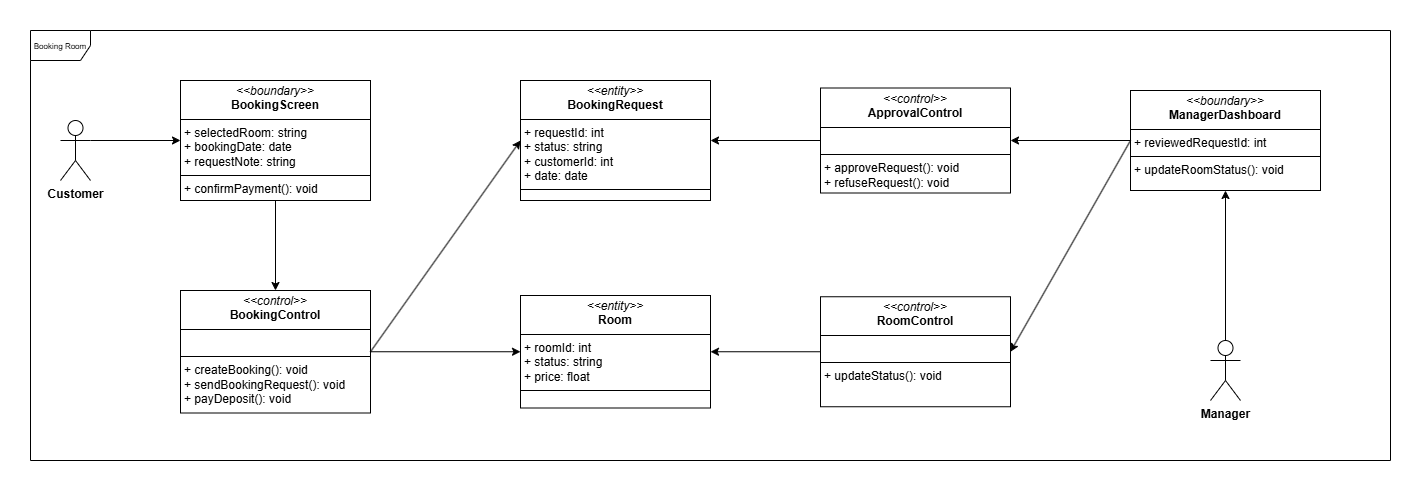
Earlier version of the draw.io export Class-diagram/Boundary–Control–EntityDiagram/BookingRoom.png (HuyEuler/Apartment-management-system). Source tidied: cells renumbered, new cells last; positions are measured from the earlier drawing's top-left corner, leaving out a move shared by most shapes.
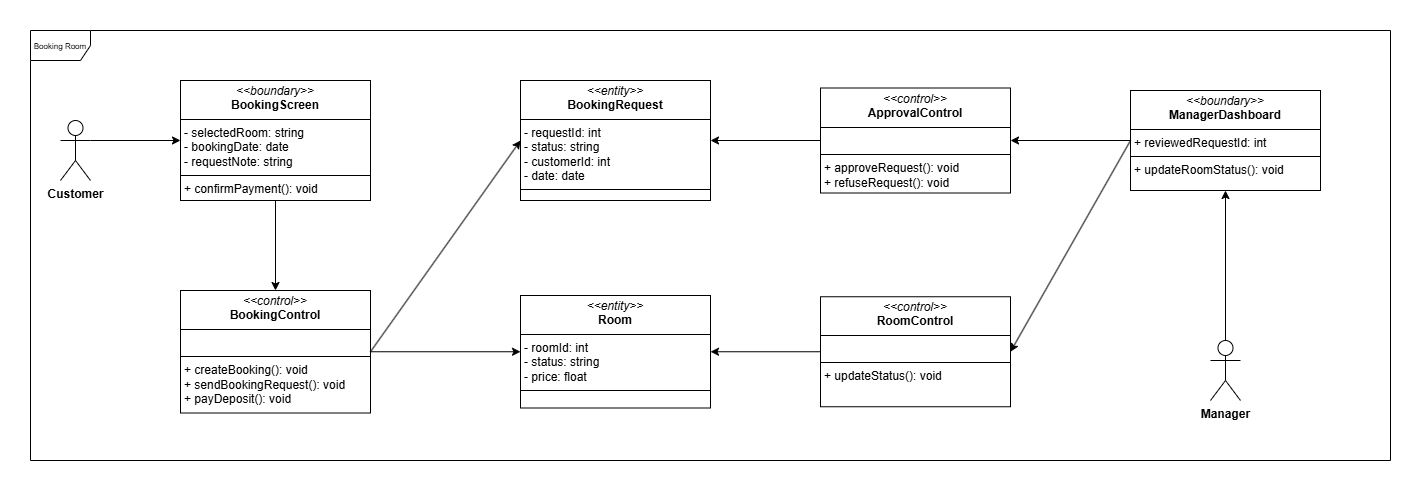
The same file after the commit.

What changed in the source:
```diff
@@ -5,16 +5,16 @@
     <mxCell id="2" value="&lt;font style=&quot;font-size: 8px;&quot;&gt;Booking Room&lt;/font&gt;" style="shape=umlFrame;whiteSpace=wrap;html=1;" parent="1" vertex="1">
       <mxGeometry width="1360" height="430" as="geometry" />
     </mxCell>
-    <mxCell id="3" value="&lt;p style=&quot;margin:0px;margin-top:4px;text-align:center;&quot;&gt;&lt;i&gt;&amp;lt;&amp;lt;boundary&amp;gt;&amp;gt;&lt;/i&gt;&lt;br&gt;&lt;b&gt;BookingScreen&lt;/b&gt;&lt;/p&gt;&lt;hr size=&quot;1&quot; style=&quot;border-style:solid;&quot;&gt;&lt;p style=&quot;margin:0px;margin-left:4px;&quot;&gt;+&amp;nbsp;selectedRoom: string&lt;br&gt;+&amp;nbsp;bookingDate: date&lt;br&gt;+&amp;nbsp;requestNote: string&lt;/p&gt;&lt;hr size=&quot;1&quot; style=&quot;border-style:solid;&quot;&gt;&lt;p style=&quot;margin:0px;margin-left:4px;&quot;&gt;+ confirmPayment(): void&lt;/p&gt;" style="verticalAlign=top;align=left;overflow=fill;html=1;whiteSpace=wrap;" parent="1" vertex="1">
+    <mxCell id="3" value="&lt;p style=&quot;margin:0px;margin-top:4px;text-align:center;&quot;&gt;&lt;i&gt;&amp;lt;&amp;lt;boundary&amp;gt;&amp;gt;&lt;/i&gt;&lt;br&gt;&lt;b&gt;BookingScreen&lt;/b&gt;&lt;/p&gt;&lt;hr size=&quot;1&quot; style=&quot;border-style:solid;&quot;&gt;&lt;p style=&quot;margin:0px;margin-left:4px;&quot;&gt;- selectedRoom: string&lt;br&gt;- bookingDate: date&lt;br&gt;- requestNote: string&lt;/p&gt;&lt;hr size=&quot;1&quot; style=&quot;border-style:solid;&quot;&gt;&lt;p style=&quot;margin:0px;margin-left:4px;&quot;&gt;+ confirmPayment(): void&lt;/p&gt;" style="verticalAlign=top;align=left;overflow=fill;html=1;whiteSpace=wrap;" parent="1" vertex="1">
       <mxGeometry x="150" y="50" width="190" height="120" as="geometry" />
     </mxCell>
     <mxCell id="4" value="&lt;p style=&quot;margin:0px;margin-top:4px;text-align:center;&quot;&gt;&lt;i&gt;&amp;lt;&amp;lt;control&amp;gt;&amp;gt;&lt;/i&gt;&lt;br&gt;&lt;b&gt;BookingControl&lt;/b&gt;&lt;/p&gt;&lt;hr size=&quot;1&quot; style=&quot;border-style:solid;&quot;&gt;&lt;p style=&quot;margin:0px;margin-left:4px;&quot;&gt;&lt;br&gt;&lt;/p&gt;&lt;hr size=&quot;1&quot; style=&quot;border-style:solid;&quot;&gt;&lt;p style=&quot;margin:0px;margin-left:4px;&quot;&gt;+&amp;nbsp;&lt;span style=&quot;background-color: transparent; color: light-dark(rgb(0, 0, 0), rgb(255, 255, 255));&quot;&gt;createBooking(): void&lt;/span&gt;&lt;/p&gt;&lt;p style=&quot;margin:0px;margin-left:4px;&quot;&gt;&lt;span style=&quot;background-color: transparent; color: light-dark(rgb(0, 0, 0), rgb(255, 255, 255));&quot;&gt;+ sendBookingRequest(): void&lt;/span&gt;&lt;/p&gt;&lt;p style=&quot;margin:0px;margin-left:4px;&quot;&gt;&lt;span style=&quot;background-color: transparent; color: light-dark(rgb(0, 0, 0), rgb(255, 255, 255));&quot;&gt;+ payDeposit(): void&lt;/span&gt;&lt;/p&gt;" style="verticalAlign=top;align=left;overflow=fill;html=1;whiteSpace=wrap;" parent="1" vertex="1">
       <mxGeometry x="150" y="260" width="190" height="122.5" as="geometry" />
     </mxCell>
-    <mxCell id="5" value="&lt;p style=&quot;margin:0px;margin-top:4px;text-align:center;&quot;&gt;&lt;i&gt;&amp;lt;&amp;lt;entity&amp;gt;&amp;gt;&lt;/i&gt;&lt;br&gt;&lt;b&gt;Room&lt;/b&gt;&lt;/p&gt;&lt;hr size=&quot;1&quot; style=&quot;border-style:solid;&quot;&gt;&lt;p style=&quot;margin:0px;margin-left:4px;&quot;&gt;+&amp;nbsp;&lt;span style=&quot;background-color: transparent; color: light-dark(rgb(0, 0, 0), rgb(255, 255, 255));&quot;&gt;roomId: int&lt;/span&gt;&lt;/p&gt;&lt;p style=&quot;margin:0px;margin-left:4px;&quot;&gt;&lt;span style=&quot;background-color: transparent; color: light-dark(rgb(0, 0, 0), rgb(255, 255, 255));&quot;&gt;+ status: string&lt;/span&gt;&lt;/p&gt;&lt;p style=&quot;margin:0px;margin-left:4px;&quot;&gt;&lt;span style=&quot;background-color: transparent; color: light-dark(rgb(0, 0, 0), rgb(255, 255, 255));&quot;&gt;+ price: float&lt;/span&gt;&lt;/p&gt;&lt;hr size=&quot;1&quot; style=&quot;border-style:solid;&quot;&gt;&lt;p style=&quot;margin:0px;margin-left:4px;&quot;&gt;&lt;br&gt;&lt;/p&gt;" style="verticalAlign=top;align=left;overflow=fill;html=1;whiteSpace=wrap;" parent="1" vertex="1">
+    <mxCell id="5" value="&lt;p style=&quot;margin:0px;margin-top:4px;text-align:center;&quot;&gt;&lt;i&gt;&amp;lt;&amp;lt;entity&amp;gt;&amp;gt;&lt;/i&gt;&lt;br&gt;&lt;b&gt;Room&lt;/b&gt;&lt;/p&gt;&lt;hr size=&quot;1&quot; style=&quot;border-style:solid;&quot;&gt;&lt;p style=&quot;margin:0px;margin-left:4px;&quot;&gt;-&amp;nbsp;&lt;span style=&quot;background-color: transparent; color: light-dark(rgb(0, 0, 0), rgb(255, 255, 255));&quot;&gt;roomId: int&lt;/span&gt;&lt;/p&gt;&lt;p style=&quot;margin:0px;margin-left:4px;&quot;&gt;&lt;span style=&quot;background-color: transparent; color: light-dark(rgb(0, 0, 0), rgb(255, 255, 255));&quot;&gt;- status: string&lt;/span&gt;&lt;/p&gt;&lt;p style=&quot;margin:0px;margin-left:4px;&quot;&gt;&lt;span style=&quot;background-color: transparent; color: light-dark(rgb(0, 0, 0), rgb(255, 255, 255));&quot;&gt;- price: float&lt;/span&gt;&lt;/p&gt;&lt;hr size=&quot;1&quot; style=&quot;border-style:solid;&quot;&gt;&lt;p style=&quot;margin:0px;margin-left:4px;&quot;&gt;&lt;br&gt;&lt;/p&gt;" style="verticalAlign=top;align=left;overflow=fill;html=1;whiteSpace=wrap;" parent="1" vertex="1">
       <mxGeometry x="490" y="265" width="190" height="112.5" as="geometry" />
     </mxCell>
-    <mxCell id="6" value="&lt;p style=&quot;margin:0px;margin-top:4px;text-align:center;&quot;&gt;&lt;i&gt;&amp;lt;&amp;lt;entity&amp;gt;&amp;gt;&lt;/i&gt;&lt;br&gt;&lt;b&gt;BookingRequest&lt;/b&gt;&lt;/p&gt;&lt;hr size=&quot;1&quot; style=&quot;border-style:solid;&quot;&gt;&lt;p style=&quot;margin: 0px 0px 0px 4px;&quot;&gt;&lt;span style=&quot;background-color: transparent; color: light-dark(rgb(0, 0, 0), rgb(255, 255, 255));&quot;&gt;+&amp;nbsp;&lt;/span&gt;&lt;span style=&quot;background-color: transparent; color: light-dark(rgb(0, 0, 0), rgb(255, 255, 255));&quot;&gt;requestId: int&lt;/span&gt;&lt;span style=&quot;background-color: transparent; color: light-dark(rgb(0, 0, 0), rgb(255, 255, 255));&quot;&gt;&lt;br&gt;&lt;/span&gt;&lt;/p&gt;&lt;p style=&quot;margin: 0px 0px 0px 4px;&quot;&gt;&lt;span style=&quot;background-color: transparent; color: light-dark(rgb(0, 0, 0), rgb(255, 255, 255));&quot;&gt;+ status: string&lt;/span&gt;&lt;/p&gt;&lt;p style=&quot;margin: 0px 0px 0px 4px;&quot;&gt;&lt;span style=&quot;background-color: transparent; color: light-dark(rgb(0, 0, 0), rgb(255, 255, 255));&quot;&gt;+ customerId: int&lt;/span&gt;&lt;/p&gt;&lt;p style=&quot;margin: 0px 0px 0px 4px;&quot;&gt;&lt;span style=&quot;background-color: transparent; color: light-dark(rgb(0, 0, 0), rgb(255, 255, 255));&quot;&gt;+ date: date&lt;/span&gt;&lt;/p&gt;&lt;hr size=&quot;1&quot; style=&quot;border-style:solid;&quot;&gt;&lt;p style=&quot;margin:0px;margin-left:4px;&quot;&gt;&lt;br&gt;&lt;/p&gt;" style="verticalAlign=top;align=left;overflow=fill;html=1;whiteSpace=wrap;" parent="1" vertex="1">
+    <mxCell id="6" value="&lt;p style=&quot;margin:0px;margin-top:4px;text-align:center;&quot;&gt;&lt;i&gt;&amp;lt;&amp;lt;entity&amp;gt;&amp;gt;&lt;/i&gt;&lt;br&gt;&lt;b&gt;BookingRequest&lt;/b&gt;&lt;/p&gt;&lt;hr size=&quot;1&quot; style=&quot;border-style:solid;&quot;&gt;&lt;p style=&quot;margin: 0px 0px 0px 4px;&quot;&gt;&lt;span style=&quot;background-color: transparent; color: light-dark(rgb(0, 0, 0), rgb(255, 255, 255));&quot;&gt;-&amp;nbsp;&lt;/span&gt;&lt;span style=&quot;background-color: transparent; color: light-dark(rgb(0, 0, 0), rgb(255, 255, 255));&quot;&gt;requestId: int&lt;/span&gt;&lt;span style=&quot;background-color: transparent; color: light-dark(rgb(0, 0, 0), rgb(255, 255, 255));&quot;&gt;&lt;br&gt;&lt;/span&gt;&lt;/p&gt;&lt;p style=&quot;margin: 0px 0px 0px 4px;&quot;&gt;&lt;span style=&quot;background-color: transparent; color: light-dark(rgb(0, 0, 0), rgb(255, 255, 255));&quot;&gt;- status: string&lt;/span&gt;&lt;/p&gt;&lt;p style=&quot;margin: 0px 0px 0px 4px;&quot;&gt;&lt;span style=&quot;background-color: transparent; color: light-dark(rgb(0, 0, 0), rgb(255, 255, 255));&quot;&gt;- customerId: int&lt;/span&gt;&lt;/p&gt;&lt;p style=&quot;margin: 0px 0px 0px 4px;&quot;&gt;&lt;span style=&quot;background-color: transparent; color: light-dark(rgb(0, 0, 0), rgb(255, 255, 255));&quot;&gt;- date: date&lt;/span&gt;&lt;/p&gt;&lt;hr size=&quot;1&quot; style=&quot;border-style:solid;&quot;&gt;&lt;p style=&quot;margin:0px;margin-left:4px;&quot;&gt;&lt;br&gt;&lt;/p&gt;" style="verticalAlign=top;align=left;overflow=fill;html=1;whiteSpace=wrap;" parent="1" vertex="1">
       <mxGeometry x="490" y="50" width="190" height="120" as="geometry" />
     </mxCell>
     <mxCell id="7" style="endArrow=classic;html=1;rounded=0;exitX=1;exitY=0.5;exitDx=0;exitDy=0;entryX=0;entryY=0.5;entryDx=0;entryDy=0;" parent="1" edge="1" source="4" target="6">
```
